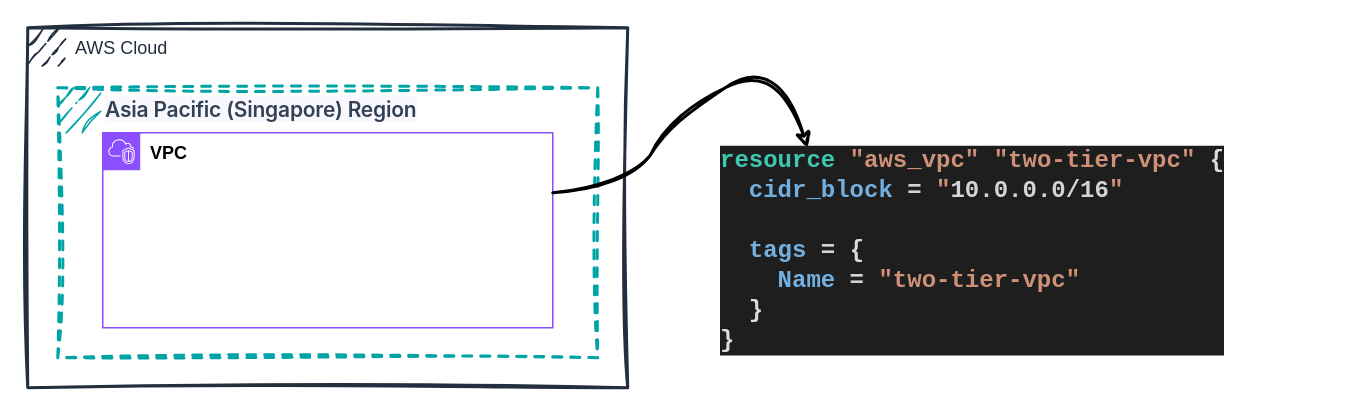
Above: page "VPC_Setup" (3 of 13) of 2-tier-architecuture/2-tier-architecture.drawio in technetbytes/Terraform (draw.io), before the change. Source tidied: cells renumbered, new cells numbered last; positions are measured from the earlier drawing's top-left corner, leaving out a move shared by most shapes. Both pictures are drawn from the tidied source at 150%, with x=0, y=0 at pixel (27, 27).
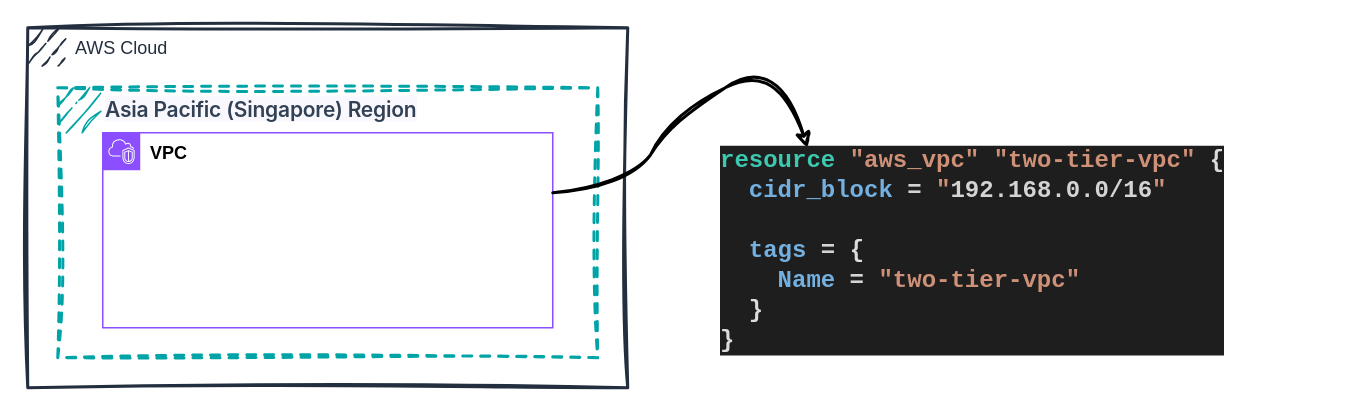
After the change.

What changed in the source:
```diff
@@
 <mxGraphModel>
   <root>
     <mxCell id="0" />
     <mxCell id="1" parent="0" />
     <mxCell id="2" value="AWS Cloud" style="gradientColor=none;html=1;whiteSpace=wrap;fontSize=12;fontStyle=0;shape=mxgraph.aws4.group;grIcon=mxgraph.aws4.group_aws_cloud_alt;strokeColor=#232F3E;fillColor=none;verticalAlign=top;align=left;spacingLeft=30;fontColor=#232F3E;dashed=0;textShadow=0;sketch=1;curveFitting=1;jiggle=2;strokeWidth=2;" parent="1" vertex="1">
       <mxGeometry width="400" height="240" as="geometry" />
     </mxCell>
     <mxCell id="3" value="&lt;span style=&quot;color: rgb(51, 65, 85); font-family: Inter, &amp;quot;Helvetica Neue&amp;quot;, Helvetica, Arial, sans-serif; font-size: 14px; font-weight: 600; letter-spacing: -0.144px; text-wrap-mode: nowrap; background-color: rgb(249, 248, 255);&quot;&gt;Asia Pacific (Singapore) Region&lt;/span&gt;" style="gradientColor=none;html=1;whiteSpace=wrap;fontSize=12;fontStyle=0;shape=mxgraph.aws4.group;grIcon=mxgraph.aws4.group_region;strokeColor=#00A4A6;fillColor=none;verticalAlign=top;align=left;spacingLeft=30;fontColor=#147EBA;dashed=1;strokeWidth=2;sketch=1;curveFitting=1;jiggle=2;" parent="2" vertex="1">
       <mxGeometry x="20" y="40" width="360" height="180" as="geometry" />
     </mxCell>
     <mxCell id="4" value="&lt;b&gt;&lt;font color=&quot;#000000&quot;&gt;VPC&lt;/font&gt;&lt;/b&gt;" style="gradientColor=none;html=1;whiteSpace=wrap;fontSize=12;fontStyle=0;shape=mxgraph.aws4.group;grIcon=mxgraph.aws4.group_vpc2;strokeColor=#8C4FFF;fillColor=none;verticalAlign=top;align=left;spacingLeft=30;fontColor=#AAB7B8;dashed=0;" parent="3" vertex="1">
       <mxGeometry x="30" y="30" width="300" height="130" as="geometry" />
     </mxCell>
     <mxCell id="5" style="curved=1;endArrow=classic;html=1;rounded=0;strokeWidth=2;sketch=1;curveFitting=1;jiggle=2;" parent="1" edge="1">
       <mxGeometry relative="1" as="geometry">
         <mxPoint x="350" y="110" as="sourcePoint" />
         <mxPoint x="520" y="80" as="targetPoint" />
         <Array as="points">
           <mxPoint x="400" y="110" />
           <mxPoint x="430" y="60" />
           <mxPoint x="500" y="20" />
         </Array>
       </mxGeometry>
     </mxCell>
-    <mxCell id="6" value="&lt;h1 style=&quot;margin-top: 0px; font-size: 16px;&quot;&gt;&lt;div style=&quot;color: rgb(212, 212, 212); background-color: rgb(30, 30, 30); font-family: Consolas, &amp;quot;Courier New&amp;quot;, monospace; font-size: 16px; line-height: 20px; white-space: pre;&quot;&gt;&lt;div style=&quot;font-size: 16px;&quot;&gt;&lt;span style=&quot;color: rgb(61, 201, 176); font-size: 16px;&quot;&gt;resource&lt;/span&gt; &lt;span style=&quot;color: rgb(206, 145, 120); font-size: 16px;&quot;&gt;&quot;aws_vpc&quot;&lt;/span&gt; &lt;span style=&quot;color: rgb(206, 145, 120); font-size: 16px;&quot;&gt;&quot;two-tier-vpc&quot;&lt;/span&gt; &lt;span style=&quot;color: rgb(220, 220, 220); font-size: 16px;&quot;&gt;{&lt;/span&gt;&lt;/div&gt;&lt;div style=&quot;font-size: 16px;&quot;&gt;&amp;nbsp; &lt;span style=&quot;color: rgb(116, 176, 223); font-size: 16px;&quot;&gt;cidr_block&lt;/span&gt; = &lt;span style=&quot;color: rgb(206, 145, 120); font-size: 16px;&quot;&gt;&quot;&lt;/span&gt;10.0.0.0/16&lt;span style=&quot;color: rgb(206, 145, 120); font-size: 16px;&quot;&gt;&quot;&lt;/span&gt;&lt;/div&gt;&lt;br style=&quot;font-size: 16px;&quot;&gt;&lt;div style=&quot;font-size: 16px;&quot;&gt;&amp;nbsp; &lt;span style=&quot;color: rgb(116, 176, 223); font-size: 16px;&quot;&gt;tags&lt;/span&gt; = &lt;span style=&quot;color: rgb(220, 220, 220); font-size: 16px;&quot;&gt;{&lt;/span&gt;&lt;/div&gt;&lt;div style=&quot;font-size: 16px;&quot;&gt;&amp;nbsp; &amp;nbsp; &lt;span style=&quot;color: rgb(116, 176, 223); font-size: 16px;&quot;&gt;Name&lt;/span&gt; = &lt;span style=&quot;color: rgb(206, 145, 120); font-size: 16px;&quot;&gt;&quot;two-tier-vpc&quot;&lt;/span&gt;&lt;/div&gt;&lt;div style=&quot;font-size: 16px;&quot;&gt;&amp;nbsp; &lt;span style=&quot;color: rgb(220, 220, 220); font-size: 16px;&quot;&gt;}&lt;/span&gt;&lt;/div&gt;&lt;div style=&quot;font-size: 16px;&quot;&gt;&lt;span style=&quot;color: rgb(220, 220, 220); font-size: 16px;&quot;&gt;}&lt;/span&gt;&lt;/div&gt;&lt;/div&gt;&lt;/h1&gt;" style="text;html=1;whiteSpace=wrap;overflow=hidden;rounded=0;fontStyle=1;fontSize=16;" parent="1" vertex="1">
+    <mxCell id="6" value="&lt;h1 style=&quot;margin-top: 0px; font-size: 16px;&quot;&gt;&lt;div style=&quot;color: rgb(212, 212, 212); background-color: rgb(30, 30, 30); font-family: Consolas, &amp;quot;Courier New&amp;quot;, monospace; font-size: 16px; line-height: 20px; white-space: pre;&quot;&gt;&lt;div style=&quot;font-size: 16px;&quot;&gt;&lt;span style=&quot;color: rgb(61, 201, 176); font-size: 16px;&quot;&gt;resource&lt;/span&gt; &lt;span style=&quot;color: rgb(206, 145, 120); font-size: 16px;&quot;&gt;&quot;aws_vpc&quot;&lt;/span&gt; &lt;span style=&quot;color: rgb(206, 145, 120); font-size: 16px;&quot;&gt;&quot;two-tier-vpc&quot;&lt;/span&gt; &lt;span style=&quot;color: rgb(220, 220, 220); font-size: 16px;&quot;&gt;{&lt;/span&gt;&lt;/div&gt;&lt;div style=&quot;font-size: 16px;&quot;&gt;&amp;nbsp; &lt;span style=&quot;color: rgb(116, 176, 223); font-size: 16px;&quot;&gt;cidr_block&lt;/span&gt; = &lt;span style=&quot;color: rgb(206, 145, 120); font-size: 16px;&quot;&gt;&quot;&lt;/span&gt;192.168.0.0/16&lt;span style=&quot;color: rgb(206, 145, 120); font-size: 16px;&quot;&gt;&quot;&lt;/span&gt;&lt;/div&gt;&lt;br style=&quot;font-size: 16px;&quot;&gt;&lt;div style=&quot;font-size: 16px;&quot;&gt;&amp;nbsp; &lt;span style=&quot;color: rgb(116, 176, 223); font-size: 16px;&quot;&gt;tags&lt;/span&gt; = &lt;span style=&quot;color: rgb(220, 220, 220); font-size: 16px;&quot;&gt;{&lt;/span&gt;&lt;/div&gt;&lt;div style=&quot;font-size: 16px;&quot;&gt;&amp;nbsp; &amp;nbsp; &lt;span style=&quot;color: rgb(116, 176, 223); font-size: 16px;&quot;&gt;Name&lt;/span&gt; = &lt;span style=&quot;color: rgb(206, 145, 120); font-size: 16px;&quot;&gt;&quot;two-tier-vpc&quot;&lt;/span&gt;&lt;/div&gt;&lt;div style=&quot;font-size: 16px;&quot;&gt;&amp;nbsp; &lt;span style=&quot;color: rgb(220, 220, 220); font-size: 16px;&quot;&gt;}&lt;/span&gt;&lt;/div&gt;&lt;div style=&quot;font-size: 16px;&quot;&gt;&lt;span style=&quot;color: rgb(220, 220, 220); font-size: 16px;&quot;&gt;}&lt;/span&gt;&lt;/div&gt;&lt;/div&gt;&lt;/h1&gt;" style="text;html=1;whiteSpace=wrap;overflow=hidden;rounded=0;fontStyle=1;fontSize=16;" parent="1" vertex="1">
       <mxGeometry x="460" y="72" width="410" height="150" as="geometry" />
     </mxCell>
   </root>
 </mxGraphModel>
```
